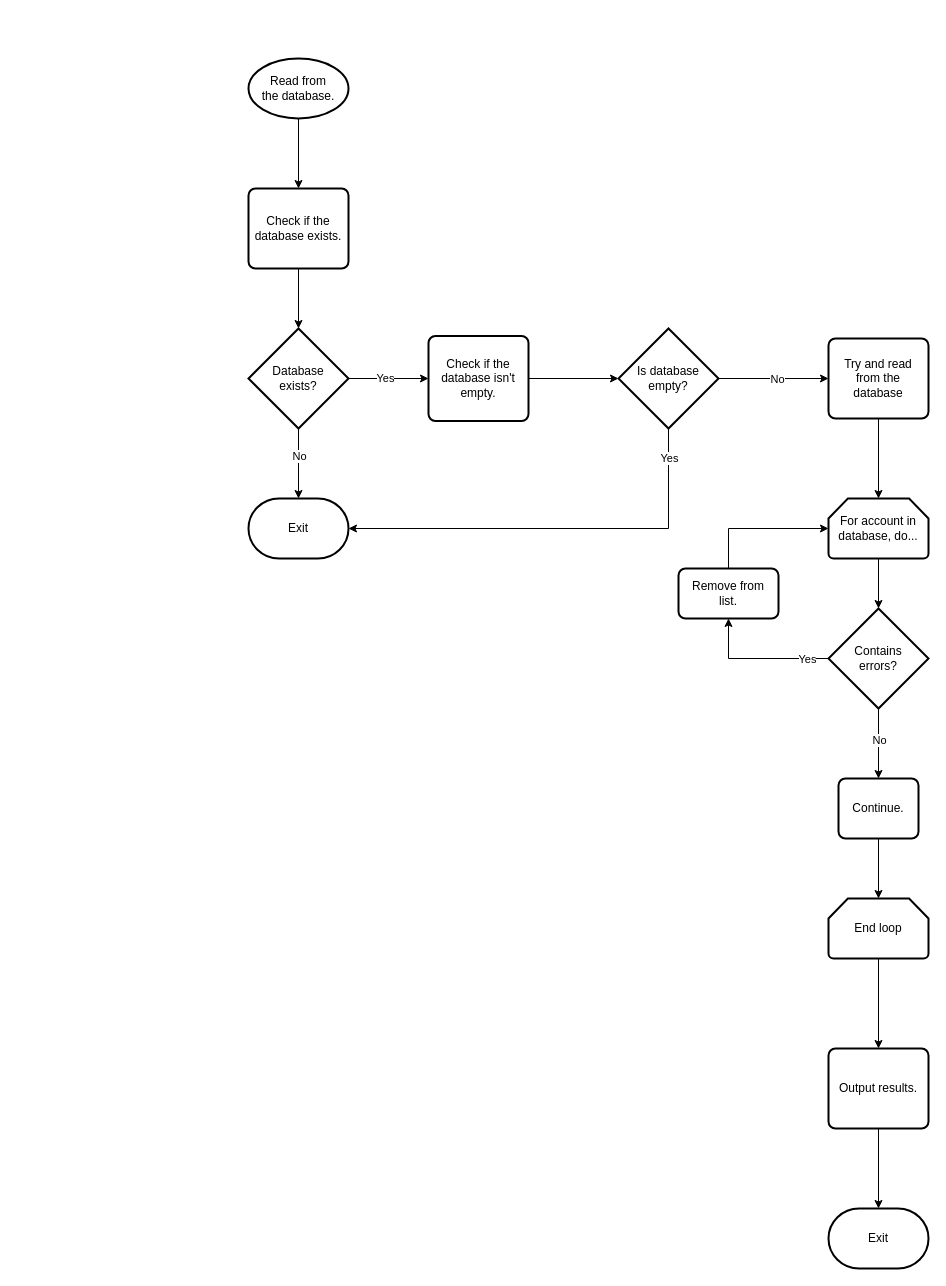
gelos-team/gelos-simple-login keeps this draw.io diagram as doc/design/database.drawio. Above is the earlier version. Source tidied: cells renumbered, new cells numbered last; positions are measured from the earlier drawing's top-left corner, leaving out a move shared by most shapes. Both pictures are drawn from the tidied source at 100%, with x=0, y=0 at pixel (248, 58).
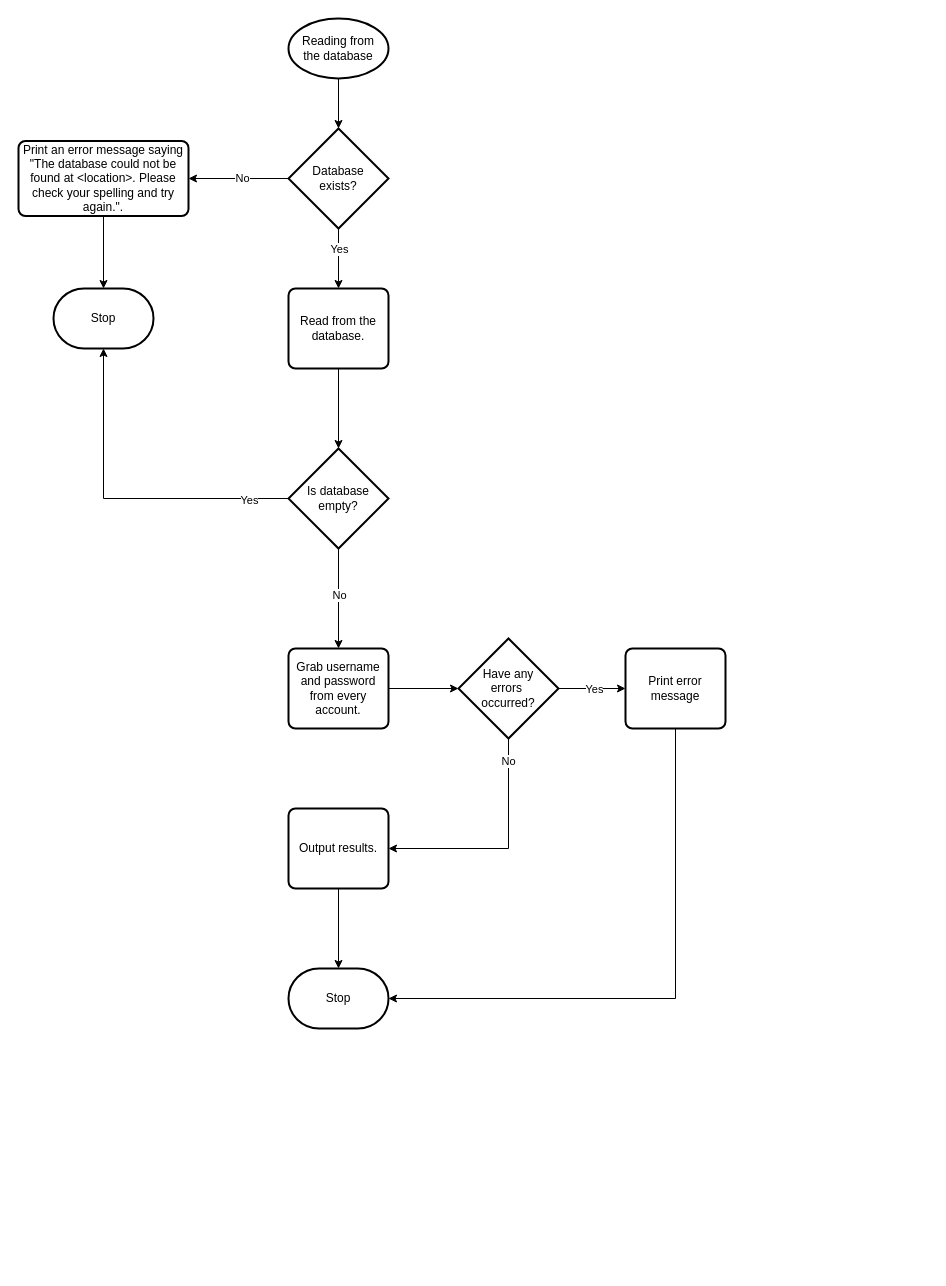
The same page after the edit.

Commit message (it also covers changes not shown here):
Improved the way to read from the database.

Diff of the diagram source:
```diff
@@
-    <mxCell id="2" style="edgeStyle=orthogonalEdgeStyle;rounded=0;jettySize=auto;html=1;exitX=0.5;exitY=1;exitDx=0;exitDy=0;exitPerimeter=0;entryX=0.5;entryY=0;entryDx=0;entryDy=0;" parent="1" edge="1" source="3" target="4">
-      <mxGeometry relative="1" as="geometry" />
-    </mxCell>
+    <mxCell id="37" value="Reading from&lt;div&gt;the database&lt;/div&gt;" style="strokeWidth=2;html=1;shape=mxgraph.flowchart.start_1;whiteSpace=wrap;" parent="1" vertex="1">
+      <mxGeometry x="40" y="-40" width="100" height="60" as="geometry" />
+    </mxCell>
+    <mxCell id="38" style="edgeStyle=orthogonalEdgeStyle;rounded=0;jettySize=auto;html=1;exitX=0;exitY=0.5;exitDx=0;exitDy=0;exitPerimeter=0;entryX=1;entryY=0.5;entryDx=0;entryDy=0;" parent="1" edge="1" source="7" target="42">
+      <mxGeometry relative="1" as="geometry" />
+    </mxCell>
+    <mxCell id="39" value="No" style="edgeLabel;html=1;align=center;verticalAlign=middle;" parent="38" vertex="1">
+      <mxGeometry x="-0.06" y="-1" relative="1" as="geometry" />
+    </mxCell>
+    <mxCell id="40" style="edgeStyle=orthogonalEdgeStyle;rounded=0;jettySize=auto;html=1;exitX=0.5;exitY=1;exitDx=0;exitDy=0;exitPerimeter=0;entryX=0.5;entryY=0;entryDx=0;entryDy=0;" parent="1" edge="1" source="7" target="3">
+      <mxGeometry relative="1" as="geometry" />
+    </mxCell>
+    <mxCell id="41" value="Yes" style="edgeLabel;html=1;align=center;verticalAlign=middle;" parent="40" vertex="1">
+      <mxGeometry x="-0.33" y="-1" relative="1" as="geometry">
+        <mxPoint x="1" as="offset" />
+      </mxGeometry>
+    </mxCell>
+    <mxCell id="7" value="Database&lt;div&gt;exists?&lt;/div&gt;" style="strokeWidth=2;html=1;shape=mxgraph.flowchart.decision;whiteSpace=wrap;" parent="1" vertex="1">
+      <mxGeometry x="40" y="70" width="100" height="100" as="geometry" />
+    </mxCell>
+    <mxCell id="42" value="Print an error message saying&lt;div&gt;&quot;The database could not be found at &amp;lt;location&amp;gt;. Please check your spelling and try again.&quot;.&lt;/div&gt;" style="rounded=1;whiteSpace=wrap;html=1;absoluteArcSize=1;arcSize=14;strokeWidth=2;" parent="1" vertex="1">
+      <mxGeometry x="-230" y="82.5" width="170" height="75" as="geometry" />
+    </mxCell>
+    <mxCell id="43" value="Stop" style="strokeWidth=2;html=1;shape=mxgraph.flowchart.terminator;whiteSpace=wrap;" parent="1" vertex="1">
+      <mxGeometry x="-195" y="230" width="100" height="60" as="geometry" />
+    </mxCell>
+    <mxCell id="44" style="edgeStyle=orthogonalEdgeStyle;rounded=0;jettySize=auto;html=1;exitX=0.5;exitY=1;exitDx=0;exitDy=0;entryX=0.5;entryY=0;entryDx=0;entryDy=0;entryPerimeter=0;" parent="1" edge="1" source="42" target="43">
+      <mxGeometry relative="1" as="geometry" />
+    </mxCell>
-    <mxCell id="3" value="Read from&lt;div&gt;the database.&lt;/div&gt;" style="strokeWidth=2;html=1;shape=mxgraph.flowchart.start_1;whiteSpace=wrap;" parent="1" vertex="1">
-      <mxGeometry width="100" height="60" as="geometry" />
+    <mxCell id="3" value="Read from the&lt;div&gt;database.&lt;/div&gt;" style="rounded=1;whiteSpace=wrap;html=1;absoluteArcSize=1;arcSize=14;strokeWidth=2;" parent="1" vertex="1">
+      <mxGeometry x="40" y="230" width="100" height="80" as="geometry" />
     </mxCell>
-    <mxCell id="4" value="Check if the&lt;div&gt;database exists.&lt;/div&gt;" style="rounded=1;whiteSpace=wrap;html=1;absoluteArcSize=1;arcSize=14;strokeWidth=2;" parent="1" vertex="1">
-      <mxGeometry y="130" width="100" height="80" as="geometry" />
-    </mxCell>
-    <mxCell id="5" style="edgeStyle=orthogonalEdgeStyle;rounded=0;jettySize=auto;html=1;exitX=1;exitY=0.5;exitDx=0;exitDy=0;exitPerimeter=0;entryX=0;entryY=0.5;entryDx=0;entryDy=0;" parent="1" edge="1" source="7" target="8">
-      <mxGeometry relative="1" as="geometry" />
-    </mxCell>
-    <mxCell id="6" value="Yes" style="edgeLabel;html=1;align=center;verticalAlign=middle;" parent="5" vertex="1">
-      <mxGeometry x="-0.11" y="1" relative="1" as="geometry" />
-    </mxCell>
-    <mxCell id="7" value="Database&lt;div&gt;exists?&lt;/div&gt;" style="strokeWidth=2;html=1;shape=mxgraph.flowchart.decision;whiteSpace=wrap;" parent="1" vertex="1">
-      <mxGeometry y="270" width="100" height="100" as="geometry" />
-    </mxCell>
-    <mxCell id="8" value="Check if the database isn't&lt;div&gt;empty.&lt;/div&gt;" style="rounded=1;whiteSpace=wrap;html=1;absoluteArcSize=1;arcSize=14;strokeWidth=2;" parent="1" vertex="1">
-      <mxGeometry x="180" y="277.5" width="100" height="85" as="geometry" />
-    </mxCell>
-    <mxCell id="9" value="Exit" style="strokeWidth=2;html=1;shape=mxgraph.flowchart.terminator;whiteSpace=wrap;" parent="1" vertex="1">
-      <mxGeometry y="440" width="100" height="60" as="geometry" />
-    </mxCell>
-    <mxCell id="10" style="edgeStyle=orthogonalEdgeStyle;rounded=0;jettySize=auto;html=1;exitX=0.5;exitY=1;exitDx=0;exitDy=0;exitPerimeter=0;entryX=0.5;entryY=0;entryDx=0;entryDy=0;entryPerimeter=0;" parent="1" edge="1" source="7" target="9">
-      <mxGeometry relative="1" as="geometry" />
-    </mxCell>
-    <mxCell id="11" value="No" style="edgeLabel;html=1;align=center;verticalAlign=middle;" parent="10" vertex="1">
-      <mxGeometry x="-0.24" relative="1" as="geometry" />
-    </mxCell>
-    <mxCell id="12" style="edgeStyle=orthogonalEdgeStyle;rounded=0;jettySize=auto;html=1;exitX=0.5;exitY=1;exitDx=0;exitDy=0;entryX=0.5;entryY=0;entryDx=0;entryDy=0;entryPerimeter=0;" parent="1" edge="1" source="4" target="7">
-      <mxGeometry relative="1" as="geometry" />
-    </mxCell>
-    <mxCell id="13" style="edgeStyle=orthogonalEdgeStyle;rounded=0;jettySize=auto;html=1;exitX=1;exitY=0.5;exitDx=0;exitDy=0;exitPerimeter=0;entryX=0;entryY=0.5;entryDx=0;entryDy=0;" parent="1" edge="1" source="15" target="19">
-      <mxGeometry relative="1" as="geometry" />
-    </mxCell>
-    <mxCell id="14" value="No" style="edgeLabel;html=1;align=center;verticalAlign=middle;" parent="13" vertex="1">
-      <mxGeometry x="0.06" y="3" relative="1" as="geometry">
-        <mxPoint y="3" as="offset" />
-      </mxGeometry>
-    </mxCell>
+    <mxCell id="45" style="edgeStyle=orthogonalEdgeStyle;rounded=0;jettySize=auto;html=1;exitX=0.5;exitY=1;exitDx=0;exitDy=0;exitPerimeter=0;entryX=0.5;entryY=0;entryDx=0;entryDy=0;entryPerimeter=0;" parent="1" edge="1" source="37" target="7">
+      <mxGeometry relative="1" as="geometry" />
+    </mxCell>
+    <mxCell id="46" style="edgeStyle=orthogonalEdgeStyle;rounded=0;jettySize=auto;html=1;exitX=0.5;exitY=1;exitDx=0;exitDy=0;exitPerimeter=0;entryX=0.5;entryY=0;entryDx=0;entryDy=0;" parent="1" edge="1" source="15" target="51">
+      <mxGeometry relative="1" as="geometry" />
+    </mxCell>
+    <mxCell id="47" value="No" style="edgeLabel;html=1;align=center;verticalAlign=middle;" parent="46" vertex="1">
+      <mxGeometry x="-0.08" relative="1" as="geometry" />
+    </mxCell>
     <mxCell id="15" value="Is database&lt;div&gt;empty?&lt;/div&gt;" style="strokeWidth=2;html=1;shape=mxgraph.flowchart.decision;whiteSpace=wrap;" parent="1" vertex="1">
-      <mxGeometry x="370" y="270" width="100" height="100" as="geometry" />
+      <mxGeometry x="40" y="390" width="100" height="100" as="geometry" />
     </mxCell>
-    <mxCell id="16" style="edgeStyle=orthogonalEdgeStyle;rounded=0;jettySize=auto;html=1;exitX=1;exitY=0.5;exitDx=0;exitDy=0;entryX=0;entryY=0.5;entryDx=0;entryDy=0;entryPerimeter=0;" parent="1" edge="1" source="8" target="15">
-      <mxGeometry relative="1" as="geometry" />
-    </mxCell>
-    <mxCell id="17" style="edgeStyle=orthogonalEdgeStyle;rounded=0;jettySize=auto;html=1;exitX=0.5;exitY=1;exitDx=0;exitDy=0;exitPerimeter=0;entryX=1;entryY=0.5;entryDx=0;entryDy=0;entryPerimeter=0;" parent="1" edge="1" source="15" target="9">
-      <mxGeometry relative="1" as="geometry" />
-    </mxCell>
-    <mxCell id="18" value="Yes" style="edgeLabel;html=1;align=center;verticalAlign=middle;" parent="17" vertex="1">
-      <mxGeometry x="-0.86" relative="1" as="geometry" />
-    </mxCell>
-    <mxCell id="19" value="Try and read&lt;div&gt;from the&lt;/div&gt;&lt;div&gt;database&lt;/div&gt;" style="rounded=1;whiteSpace=wrap;html=1;absoluteArcSize=1;arcSize=14;strokeWidth=2;" parent="1" vertex="1">
-      <mxGeometry x="580" y="280" width="100" height="80" as="geometry" />
-    </mxCell>
-    <mxCell id="20" value="For account in&lt;div&gt;database, do...&lt;/div&gt;" style="strokeWidth=2;html=1;shape=mxgraph.flowchart.loop_limit;whiteSpace=wrap;" parent="1" vertex="1">
-      <mxGeometry x="580" y="440" width="100" height="60" as="geometry" />
-    </mxCell>
-    <mxCell id="21" style="edgeStyle=orthogonalEdgeStyle;rounded=0;jettySize=auto;html=1;exitX=0.5;exitY=1;exitDx=0;exitDy=0;entryX=0.5;entryY=0;entryDx=0;entryDy=0;entryPerimeter=0;" parent="1" edge="1" source="19" target="20">
-      <mxGeometry relative="1" as="geometry" />
-    </mxCell>
-    <mxCell id="22" style="edgeStyle=orthogonalEdgeStyle;rounded=0;jettySize=auto;html=1;exitX=0;exitY=0.5;exitDx=0;exitDy=0;exitPerimeter=0;entryX=0.5;entryY=1;entryDx=0;entryDy=0;" parent="1" edge="1" source="26" target="28">
-      <mxGeometry relative="1" as="geometry" />
-    </mxCell>
-    <mxCell id="23" value="Yes" style="edgeLabel;html=1;align=center;verticalAlign=middle;" parent="22" vertex="1">
-      <mxGeometry x="-0.68" relative="1" as="geometry" />
-    </mxCell>
-    <mxCell id="24" style="edgeStyle=orthogonalEdgeStyle;rounded=0;jettySize=auto;html=1;exitX=0.5;exitY=1;exitDx=0;exitDy=0;exitPerimeter=0;entryX=0.5;entryY=0;entryDx=0;entryDy=0;" parent="1" edge="1" source="26" target="30">
-      <mxGeometry relative="1" as="geometry" />
-    </mxCell>
-    <mxCell id="25" value="No" style="edgeLabel;html=1;align=center;verticalAlign=middle;" parent="24" vertex="1">
-      <mxGeometry x="-0.12" y="2" relative="1" as="geometry">
-        <mxPoint x="-2" as="offset" />
-      </mxGeometry>
-    </mxCell>
-    <mxCell id="26" value="Contains&lt;div&gt;errors?&lt;/div&gt;" style="strokeWidth=2;html=1;shape=mxgraph.flowchart.decision;whiteSpace=wrap;" parent="1" vertex="1">
-      <mxGeometry x="580" y="550" width="100" height="100" as="geometry" />
-    </mxCell>
-    <mxCell id="27" style="edgeStyle=orthogonalEdgeStyle;rounded=0;jettySize=auto;html=1;exitX=0.5;exitY=1;exitDx=0;exitDy=0;exitPerimeter=0;entryX=0.5;entryY=0;entryDx=0;entryDy=0;entryPerimeter=0;" parent="1" edge="1" source="20" target="26">
-      <mxGeometry relative="1" as="geometry" />
-    </mxCell>
-    <mxCell id="28" value="Remove from&lt;div&gt;list.&lt;/div&gt;" style="rounded=1;whiteSpace=wrap;html=1;absoluteArcSize=1;arcSize=14;strokeWidth=2;" parent="1" vertex="1">
-      <mxGeometry x="430" y="510" width="100" height="50" as="geometry" />
-    </mxCell>
-    <mxCell id="29" style="edgeStyle=orthogonalEdgeStyle;rounded=0;jettySize=auto;html=1;exitX=0.5;exitY=0;exitDx=0;exitDy=0;entryX=0;entryY=0.5;entryDx=0;entryDy=0;entryPerimeter=0;" parent="1" edge="1" source="28" target="20">
-      <mxGeometry relative="1" as="geometry" />
-    </mxCell>
-    <mxCell id="30" value="Continue." style="rounded=1;whiteSpace=wrap;html=1;absoluteArcSize=1;arcSize=14;strokeWidth=2;" parent="1" vertex="1">
-      <mxGeometry x="590" y="720" width="80" height="60" as="geometry" />
-    </mxCell>
-    <mxCell id="31" style="edgeStyle=orthogonalEdgeStyle;rounded=0;jettySize=auto;html=1;exitX=0.5;exitY=1;exitDx=0;exitDy=0;exitPerimeter=0;entryX=0.5;entryY=0;entryDx=0;entryDy=0;" parent="1" edge="1" source="32" target="34">
-      <mxGeometry relative="1" as="geometry" />
-    </mxCell>
-    <mxCell id="32" value="End loop" style="strokeWidth=2;html=1;shape=mxgraph.flowchart.loop_limit;whiteSpace=wrap;" parent="1" vertex="1">
-      <mxGeometry x="580" y="840" width="100" height="60" as="geometry" />
-    </mxCell>
-    <mxCell id="33" style="edgeStyle=orthogonalEdgeStyle;rounded=0;jettySize=auto;html=1;exitX=0.5;exitY=1;exitDx=0;exitDy=0;entryX=0.5;entryY=0;entryDx=0;entryDy=0;entryPerimeter=0;" parent="1" edge="1" source="30" target="32">
-      <mxGeometry relative="1" as="geometry" />
-    </mxCell>
+    <mxCell id="48" style="edgeStyle=orthogonalEdgeStyle;rounded=0;jettySize=auto;html=1;exitX=0;exitY=0.5;exitDx=0;exitDy=0;exitPerimeter=0;entryX=0.5;entryY=1;entryDx=0;entryDy=0;entryPerimeter=0;" parent="1" edge="1" source="15" target="43">
+      <mxGeometry relative="1" as="geometry" />
+    </mxCell>
+    <mxCell id="49" value="Yes" style="edgeLabel;html=1;align=center;verticalAlign=middle;" parent="48" vertex="1">
+      <mxGeometry x="-0.76" y="1" relative="1" as="geometry" />
+    </mxCell>
+    <mxCell id="50" style="edgeStyle=orthogonalEdgeStyle;rounded=0;jettySize=auto;html=1;exitX=0.5;exitY=1;exitDx=0;exitDy=0;entryX=0.5;entryY=0;entryDx=0;entryDy=0;entryPerimeter=0;" parent="1" edge="1" source="3" target="15">
+      <mxGeometry relative="1" as="geometry" />
+    </mxCell>
+    <mxCell id="51" value="Grab username and password from every account." style="rounded=1;whiteSpace=wrap;html=1;absoluteArcSize=1;arcSize=14;strokeWidth=2;" parent="1" vertex="1">
+      <mxGeometry x="40" y="590" width="100" height="80" as="geometry" />
+    </mxCell>
+    <mxCell id="52" style="edgeStyle=orthogonalEdgeStyle;rounded=0;jettySize=auto;html=1;exitX=0.5;exitY=1;exitDx=0;exitDy=0;exitPerimeter=0;entryX=1;entryY=0.5;entryDx=0;entryDy=0;" parent="1" edge="1" source="56" target="34">
+      <mxGeometry relative="1" as="geometry" />
+    </mxCell>
+    <mxCell id="53" value="No" style="edgeLabel;html=1;align=center;verticalAlign=middle;" parent="52" vertex="1">
+      <mxGeometry x="-0.81" y="-1" relative="1" as="geometry" />
+    </mxCell>
+    <mxCell id="54" style="edgeStyle=orthogonalEdgeStyle;rounded=0;jettySize=auto;html=1;exitX=1;exitY=0.5;exitDx=0;exitDy=0;exitPerimeter=0;entryX=0;entryY=0.5;entryDx=0;entryDy=0;" parent="1" edge="1" source="56" target="60">
+      <mxGeometry relative="1" as="geometry" />
+    </mxCell>
+    <mxCell id="55" value="Yes" style="edgeLabel;html=1;align=center;verticalAlign=middle;" parent="54" vertex="1">
+      <mxGeometry x="0.04" relative="1" as="geometry" />
+    </mxCell>
+    <mxCell id="56" value="Have any&lt;div&gt;errors&amp;nbsp;&lt;/div&gt;&lt;div&gt;occurred?&lt;/div&gt;" style="strokeWidth=2;html=1;shape=mxgraph.flowchart.decision;whiteSpace=wrap;" parent="1" vertex="1">
+      <mxGeometry x="210" y="580" width="100" height="100" as="geometry" />
+    </mxCell>
+    <mxCell id="57" style="edgeStyle=orthogonalEdgeStyle;rounded=0;jettySize=auto;html=1;exitX=1;exitY=0.5;exitDx=0;exitDy=0;entryX=0;entryY=0.5;entryDx=0;entryDy=0;entryPerimeter=0;" parent="1" edge="1" source="51" target="56">
+      <mxGeometry relative="1" as="geometry" />
+    </mxCell>
     <mxCell id="34" value="Output results." style="rounded=1;whiteSpace=wrap;html=1;absoluteArcSize=1;arcSize=14;strokeWidth=2;" parent="1" vertex="1">
-      <mxGeometry x="580" y="990" width="100" height="80" as="geometry" />
+      <mxGeometry x="40" y="750" width="100" height="80" as="geometry" />
     </mxCell>
-    <mxCell id="35" value="Exit" style="strokeWidth=2;html=1;shape=mxgraph.flowchart.terminator;whiteSpace=wrap;" parent="1" vertex="1">
-      <mxGeometry x="580" y="1150" width="100" height="60" as="geometry" />
-    </mxCell>
-    <mxCell id="36" style="edgeStyle=orthogonalEdgeStyle;rounded=0;jettySize=auto;html=1;exitX=0.5;exitY=1;exitDx=0;exitDy=0;entryX=0.5;entryY=0;entryDx=0;entryDy=0;entryPerimeter=0;" parent="1" edge="1" source="34" target="35">
-      <mxGeometry relative="1" as="geometry" />
-    </mxCell>
+    <mxCell id="58" value="Stop" style="strokeWidth=2;html=1;shape=mxgraph.flowchart.terminator;whiteSpace=wrap;" parent="1" vertex="1">
+      <mxGeometry x="40" y="910" width="100" height="60" as="geometry" />
+    </mxCell>
+    <mxCell id="59" style="edgeStyle=orthogonalEdgeStyle;rounded=0;jettySize=auto;html=1;exitX=0.5;exitY=1;exitDx=0;exitDy=0;entryX=0.5;entryY=0;entryDx=0;entryDy=0;entryPerimeter=0;" parent="1" edge="1" source="34" target="58">
+      <mxGeometry relative="1" as="geometry" />
+    </mxCell>
+    <mxCell id="60" value="Print error message" style="rounded=1;whiteSpace=wrap;html=1;absoluteArcSize=1;arcSize=14;strokeWidth=2;" parent="1" vertex="1">
+      <mxGeometry x="377" y="590" width="100" height="80" as="geometry" />
+    </mxCell>
+    <mxCell id="61" style="edgeStyle=orthogonalEdgeStyle;rounded=0;jettySize=auto;html=1;exitX=0.5;exitY=1;exitDx=0;exitDy=0;entryX=1;entryY=0.5;entryDx=0;entryDy=0;entryPerimeter=0;" parent="1" edge="1" source="60" target="58">
+      <mxGeometry relative="1" as="geometry" />
+    </mxCell>
```
